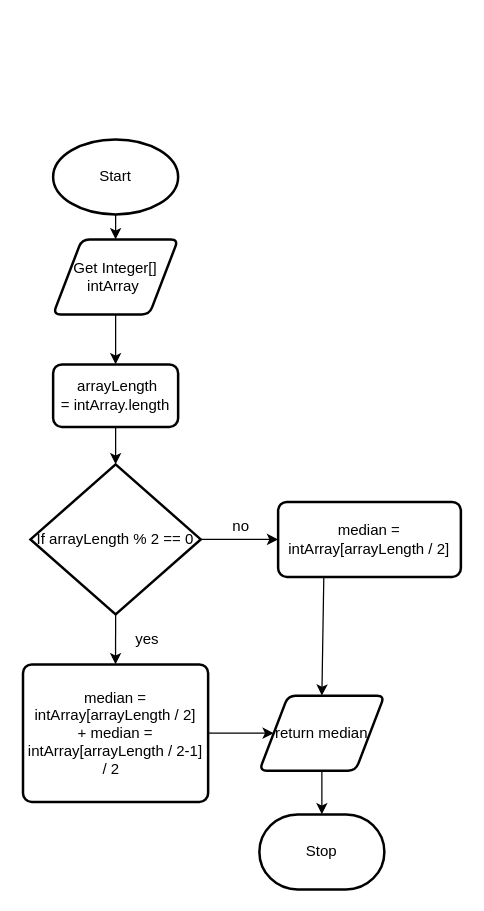
Before: Draw/median.drawio in Peter-Gemmell/ics4u-Unit1-06-typescript, a draw.io diagram. Source tidied: cells renumbered, new cells numbered last; positions are measured from the earlier drawing's top-left corner, leaving out a move shared by most shapes. Both pictures are drawn from the tidied source at 125%, with x=0, y=0 at pixel (22, 139).
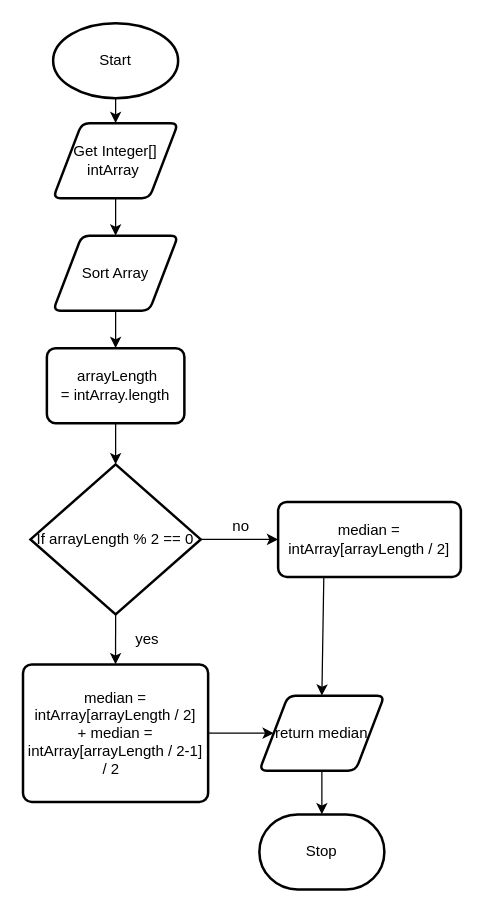
Above is the later version.

Diff of the diagram source:
```diff
@@
     <mxCell id="3" value="Start" style="strokeWidth=2;html=1;shape=mxgraph.flowchart.start_1;whiteSpace=wrap;" parent="1" vertex="1">
-      <mxGeometry x="24" width="100" height="60" as="geometry" />
+      <mxGeometry x="24" y="-93" width="100" height="60" as="geometry" />
     </mxCell>
-    <mxCell id="4" style="edgeStyle=none;html=1;exitX=0.5;exitY=1;exitDx=0;exitDy=0;entryX=0.5;entryY=0;entryDx=0;entryDy=0;" parent="1" edge="1" source="5" target="19">
-      <mxGeometry relative="1" as="geometry" />
-    </mxCell>
     <mxCell id="5" value="Get Integer[] intArray&amp;nbsp;" style="shape=parallelogram;html=1;strokeWidth=2;perimeter=parallelogramPerimeter;whiteSpace=wrap;rounded=1;arcSize=12;size=0.23;" parent="1" vertex="1">
-      <mxGeometry x="24" y="80" width="100" height="60" as="geometry" />
+      <mxGeometry x="24" y="-13" width="100" height="60" as="geometry" />
     </mxCell>
@@
+    <mxCell id="20" style="edgeStyle=none;rounded=0;html=1;exitX=0.5;exitY=1;exitDx=0;exitDy=0;entryX=0.5;entryY=0;entryDx=0;entryDy=0;" parent="1" edge="1" source="5" target="22">
+      <mxGeometry relative="1" as="geometry" />
+    </mxCell>
+    <mxCell id="21" style="edgeStyle=none;html=1;exitX=0.5;exitY=1;exitDx=0;exitDy=0;entryX=0.5;entryY=0;entryDx=0;entryDy=0;" parent="1" edge="1" source="22" target="19">
+      <mxGeometry relative="1" as="geometry" />
+    </mxCell>
+    <mxCell id="22" value="Sort Array" style="shape=parallelogram;html=1;strokeWidth=2;perimeter=parallelogramPerimeter;whiteSpace=wrap;rounded=1;arcSize=12;size=0.23;" parent="1" vertex="1">
+      <mxGeometry x="24" y="77" width="100" height="60" as="geometry" />
+    </mxCell>
@@
-    <mxCell id="19" value="&lt;span&gt;&amp;nbsp;&lt;/span&gt;arrayLength&lt;span&gt;&lt;br&gt;= intArray.length&lt;/span&gt;" style="rounded=1;whiteSpace=wrap;html=1;absoluteArcSize=1;arcSize=14;strokeWidth=2;" parent="1" vertex="1">
-      <mxGeometry x="24" y="180" width="100" height="50" as="geometry" />
+    <mxCell id="19" value="&lt;span&gt;&amp;nbsp;&lt;/span&gt;&lt;span&gt;arrayLength&lt;/span&gt;&lt;span&gt;&lt;br&gt;= intArray.length&lt;/span&gt;" style="rounded=1;whiteSpace=wrap;html=1;absoluteArcSize=1;arcSize=14;strokeWidth=2;" parent="1" vertex="1">
+      <mxGeometry x="19" y="167" width="110" height="60" as="geometry" />
     </mxCell>
```
